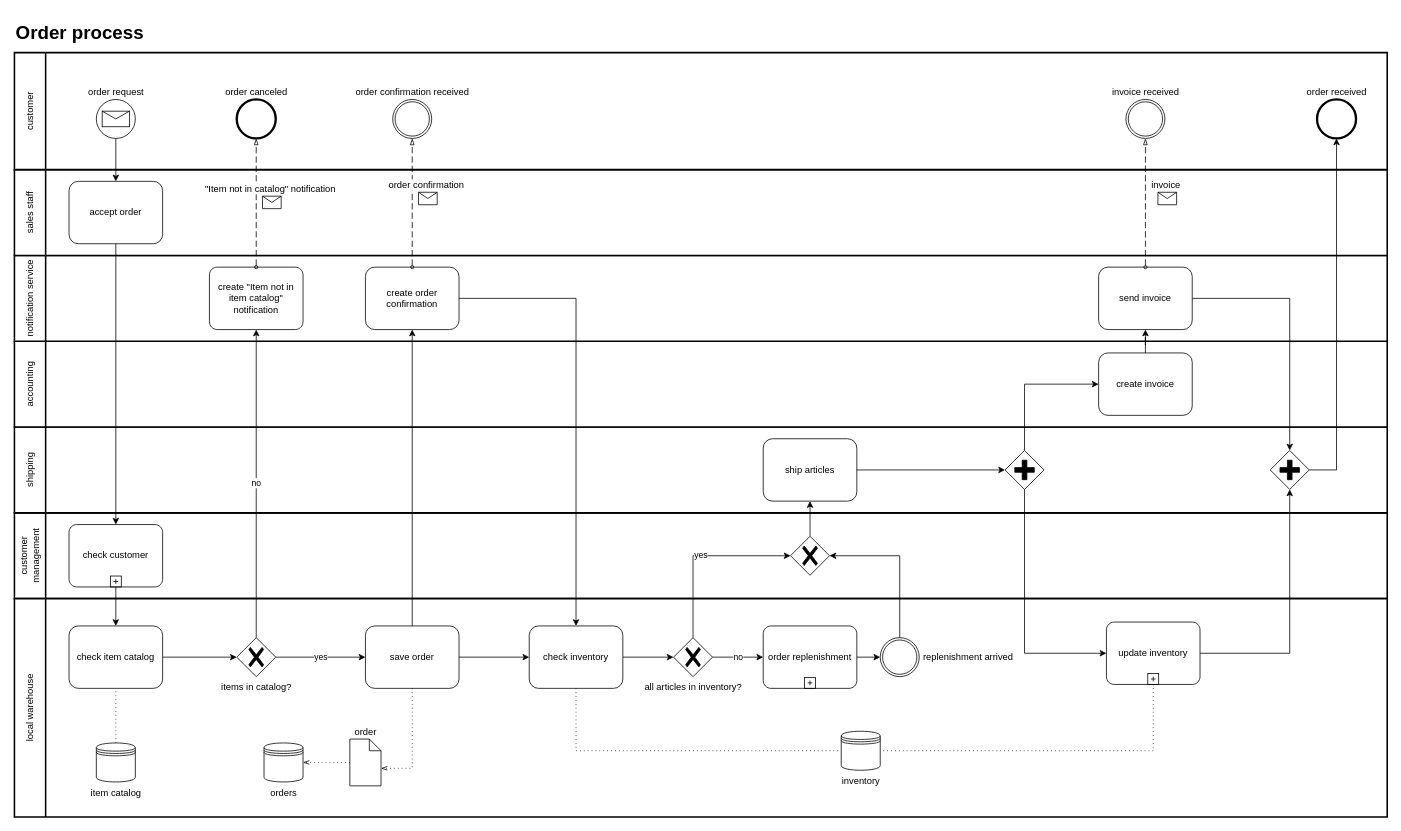
davidohnee/swda keeps this draw.io diagram as documentation/src/docs/asciidoc/diagrams/order_process_bpmn.drawio. Above is the earlier version. Source tidied: cells renumbered, new cells numbered last; positions are measured from the earlier drawing's top-left corner, leaving out a move shared by most shapes. Both pictures are drawn from the tidied source at 78%, with x=0, y=0 at pixel (14, 13).
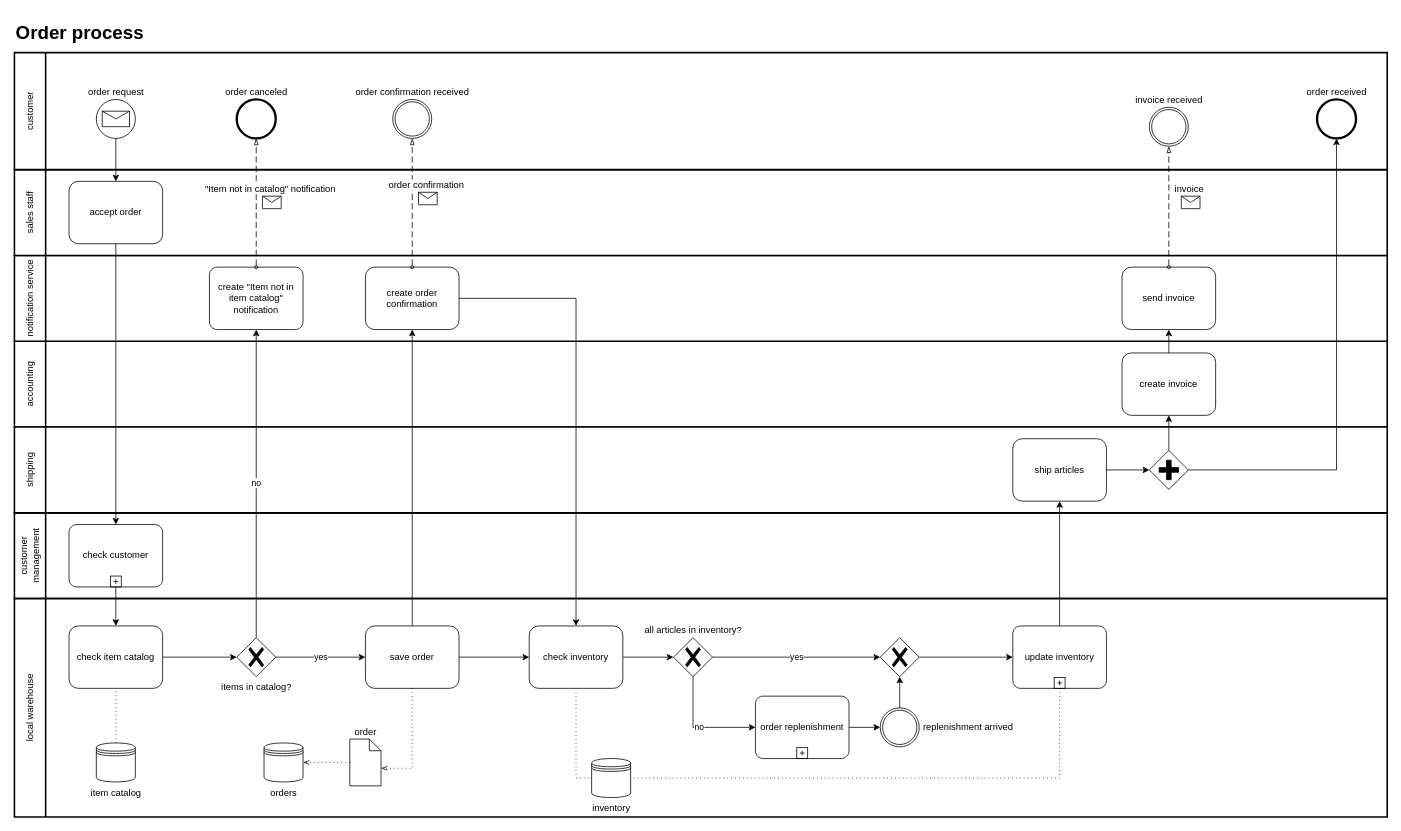
The same diagram, later.

Commit message (it also covers changes not shown here):
update bpmn order process

Unchanged cells that the change refers to:
```xml
<mxCell id="2" value="customer management" style="swimlane;html=1;startSize=40;fontStyle=0;horizontal=0;swimlaneLine=1;swimlaneFillColor=#ffffff;strokeWidth=2;whiteSpace=wrap;" parent="1" vertex="1">
  <mxGeometry y="640" width="1760" height="110" as="geometry" />
</mxCell>
<mxCell id="5" value="shipping" style="swimlane;html=1;startSize=40;fontStyle=0;horizontal=0;swimlaneLine=1;swimlaneFillColor=#ffffff;strokeWidth=2;whiteSpace=wrap;" parent="1" vertex="1">
  <mxGeometry y="530" width="1760" height="110" as="geometry" />
</mxCell>
<mxCell id="12" value="notification service" style="swimlane;html=1;startSize=40;fontStyle=0;horizontal=0;swimlaneLine=1;swimlaneFillColor=#ffffff;strokeWidth=2;whiteSpace=wrap;" parent="1" vertex="1">
  <mxGeometry y="310" width="1760" height="110" as="geometry" />
</mxCell>
<mxCell id="16" value="local warehouse" style="swimlane;html=1;startSize=40;fontStyle=0;horizontal=0;swimlaneLine=1;swimlaneFillColor=#ffffff;strokeWidth=2;whiteSpace=wrap;" parent="1" vertex="1">
  <mxGeometry y="750" width="1760" height="280" as="geometry" />
</mxCell>
<mxCell id="42" value="customer" style="swimlane;html=1;startSize=40;fontStyle=0;horizontal=0;swimlaneLine=1;swimlaneFillColor=#ffffff;strokeWidth=2;whiteSpace=wrap;" parent="1" vertex="1">
  <mxGeometry y="50" width="1760" height="150" as="geometry" />
</mxCell>
<mxCell id="46" value="order received" style="points=[[0.145,0.145,0],[0.5,0,0],[0.855,0.145,0],[1,0.5,0],[0.855,0.855,0],[0.5,1,0],[0.145,0.855,0],[0,0.5,0]];shape=mxgraph.bpmn.event;html=1;verticalLabelPosition=top;labelBackgroundColor=#ffffff;verticalAlign=bottom;align=center;perimeter=ellipsePerimeter;outlineConnect=0;outline=end;symbol=terminate2;labelPosition=center;" parent="42" vertex="1">
  <mxGeometry x="1670" y="60" width="50" height="50" as="geometry" />
</mxCell>
```

Diff of the diagram source:
```diff
@@
+    <mxCell id="10" value="accounting" style="swimlane;html=1;startSize=40;fontStyle=0;horizontal=0;swimlaneLine=1;swimlaneFillColor=#ffffff;strokeWidth=2;whiteSpace=wrap;" parent="1" vertex="1">
+      <mxGeometry y="420" width="1760" height="110" as="geometry" />
+    </mxCell>
+    <mxCell id="11" value="create invoice" style="html=1;whiteSpace=wrap;rounded=1;" parent="10" vertex="1">
+      <mxGeometry x="1420" y="15" width="120" height="80" as="geometry" />
+    </mxCell>
@@
-    <mxCell id="4" style="points=[[0.25,0.25,0],[0.5,0,0],[0.75,0.25,0],[1,0.5,0],[0.75,0.75,0],[0.5,1,0],[0.25,0.75,0],[0,0.5,0]];shape=mxgraph.bpmn.gateway2;html=1;verticalLabelPosition=top;labelBackgroundColor=#ffffff;verticalAlign=bottom;align=center;perimeter=rhombusPerimeter;outlineConnect=0;outline=none;symbol=none;gwType=exclusive;labelPosition=center;" parent="2" vertex="1">
-      <mxGeometry x="995" y="30" width="50" height="50" as="geometry" />
-    </mxCell>
@@
     <mxCell id="6" value="ship articles" style="html=1;whiteSpace=wrap;rounded=1;" parent="5" vertex="1">
-      <mxGeometry x="960" y="15" width="120" height="80" as="geometry" />
+      <mxGeometry x="1280" y="15" width="120" height="80" as="geometry" />
     </mxCell>
-    <mxCell id="7" style="points=[[0.25,0.25,0],[0.5,0,0],[0.75,0.25,0],[1,0.5,0],[0.75,0.75,0],[0.5,1,0],[0.25,0.75,0],[0,0.5,0]];shape=mxgraph.bpmn.gateway2;html=1;verticalLabelPosition=bottom;labelBackgroundColor=#ffffff;verticalAlign=top;align=center;perimeter=rhombusPerimeter;outlineConnect=0;outline=none;symbol=none;gwType=parallel;" parent="5" vertex="1">
-      <mxGeometry x="1270" y="30" width="50" height="50" as="geometry" />
-    </mxCell>
-    <mxCell id="8" style="edgeStyle=orthogonalEdgeStyle;rounded=0;jettySize=auto;html=1;entryX=0;entryY=0.5;entryDx=0;entryDy=0;entryPerimeter=0;" parent="5" edge="1" source="6" target="7">
-      <mxGeometry relative="1" as="geometry" />
-    </mxCell>
-    <mxCell id="9" style="points=[[0.25,0.25,0],[0.5,0,0],[0.75,0.25,0],[1,0.5,0],[0.75,0.75,0],[0.5,1,0],[0.25,0.75,0],[0,0.5,0]];shape=mxgraph.bpmn.gateway2;html=1;verticalLabelPosition=bottom;labelBackgroundColor=#ffffff;verticalAlign=top;align=center;perimeter=rhombusPerimeter;outlineConnect=0;outline=none;symbol=none;gwType=parallel;" parent="5" vertex="1">
-      <mxGeometry x="1610" y="30" width="50" height="50" as="geometry" />
-    </mxCell>
-    <mxCell id="10" value="accounting" style="swimlane;html=1;startSize=40;fontStyle=0;horizontal=0;swimlaneLine=1;swimlaneFillColor=#ffffff;strokeWidth=2;whiteSpace=wrap;" parent="1" vertex="1">
-      <mxGeometry y="420" width="1760" height="110" as="geometry" />
-    </mxCell>
-    <mxCell id="11" value="create invoice" style="html=1;whiteSpace=wrap;rounded=1;" parent="10" vertex="1">
-      <mxGeometry x="1390" y="15" width="120" height="80" as="geometry" />
-    </mxCell>
+    <mxCell id="70" style="points=[[0.25,0.25,0],[0.5,0,0],[0.75,0.25,0],[1,0.5,0],[0.75,0.75,0],[0.5,1,0],[0.25,0.75,0],[0,0.5,0]];shape=mxgraph.bpmn.gateway2;html=1;verticalLabelPosition=bottom;labelBackgroundColor=#ffffff;verticalAlign=top;align=center;perimeter=rhombusPerimeter;outlineConnect=0;outline=none;symbol=none;gwType=parallel;" parent="5" vertex="1">
+      <mxGeometry x="1455" y="30" width="50" height="50" as="geometry" />
+    </mxCell>
+    <mxCell id="71" style="edgeStyle=orthogonalEdgeStyle;rounded=0;jettySize=auto;html=1;exitX=1;exitY=0.5;exitDx=0;exitDy=0;entryX=0;entryY=0.5;entryDx=0;entryDy=0;entryPerimeter=0;" parent="5" edge="1" source="6" target="70">
+      <mxGeometry relative="1" as="geometry" />
+    </mxCell>
@@
     <mxCell id="15" value="send invoice" style="html=1;whiteSpace=wrap;rounded=1;" parent="12" vertex="1">
-      <mxGeometry x="1390" y="15" width="120" height="80" as="geometry" />
+      <mxGeometry x="1420" y="15" width="120" height="80" as="geometry" />
     </mxCell>
@@
+    <mxCell id="68" value="yes" style="edgeStyle=orthogonalEdgeStyle;rounded=0;jettySize=auto;html=1;exitX=1;exitY=0.5;exitDx=0;exitDy=0;exitPerimeter=0;" parent="16" edge="1" source="26" target="4">
+      <mxGeometry relative="1" as="geometry" />
+    </mxCell>
-    <mxCell id="26" value="all articles in inventory?" style="points=[[0.25,0.25,0],[0.5,0,0],[0.75,0.25,0],[1,0.5,0],[0.75,0.75,0],[0.5,1,0],[0.25,0.75,0],[0,0.5,0]];shape=mxgraph.bpmn.gateway2;html=1;verticalLabelPosition=bottom;labelBackgroundColor=#ffffff;verticalAlign=top;align=center;perimeter=rhombusPerimeter;outlineConnect=0;outline=none;symbol=none;gwType=exclusive;labelPosition=center;" parent="16" vertex="1">
+    <mxCell id="26" value="all articles in inventory?" style="points=[[0.25,0.25,0],[0.5,0,0],[0.75,0.25,0],[1,0.5,0],[0.75,0.75,0],[0.5,1,0],[0.25,0.75,0],[0,0.5,0]];shape=mxgraph.bpmn.gateway2;html=1;verticalLabelPosition=top;labelBackgroundColor=#ffffff;verticalAlign=bottom;align=center;perimeter=rhombusPerimeter;outlineConnect=0;outline=none;symbol=none;gwType=exclusive;labelPosition=center;" parent="16" vertex="1">
       <mxGeometry x="845" y="50" width="50" height="50" as="geometry" />
     </mxCell>
     <mxCell id="27" value="order replenishment" style="points=[[0.25,0,0],[0.5,0,0],[0.75,0,0],[1,0.25,0],[1,0.5,0],[1,0.75,0],[0.75,1,0],[0.5,1,0],[0.25,1,0],[0,0.75,0],[0,0.5,0],[0,0.25,0]];shape=mxgraph.bpmn.task;whiteSpace=wrap;rectStyle=rounded;size=10;html=1;taskMarker=abstract;isLoopSub=1;" parent="16" vertex="1">
-      <mxGeometry x="960" y="35" width="120" height="80" as="geometry" />
+      <mxGeometry x="950" y="125" width="120" height="80" as="geometry" />
     </mxCell>
-    <mxCell id="28" value="no" style="edgeStyle=orthogonalEdgeStyle;rounded=0;html=1;jettySize=auto;entryX=0;entryY=0.5;entryDx=0;entryDy=0;entryPerimeter=0;exitX=1;exitY=0.5;exitDx=0;exitDy=0;exitPerimeter=0;" parent="16" edge="1" source="26" target="27">
+    <mxCell id="28" value="no" style="edgeStyle=orthogonalEdgeStyle;rounded=0;html=1;jettySize=auto;entryX=0;entryY=0.5;entryDx=0;entryDy=0;entryPerimeter=0;exitX=0.5;exitY=1;exitDx=0;exitDy=0;exitPerimeter=0;" parent="16" edge="1" source="26" target="27">
       <mxGeometry relative="1" as="geometry" />
     </mxCell>
     <mxCell id="29" value="&amp;nbsp;replenishment arrived" style="points=[[0.145,0.145,0],[0.5,0,0],[0.855,0.145,0],[1,0.5,0],[0.855,0.855,0],[0.5,1,0],[0.145,0.855,0],[0,0.5,0]];shape=mxgraph.bpmn.event;html=1;verticalLabelPosition=middle;labelBackgroundColor=#ffffff;verticalAlign=middle;align=left;perimeter=ellipsePerimeter;outlineConnect=0;outline=throwing;symbol=general;labelPosition=right;" parent="16" vertex="1">
-      <mxGeometry x="1110" y="50" width="50" height="50" as="geometry" />
+      <mxGeometry x="1110" y="140" width="50" height="50" as="geometry" />
     </mxCell>
@@
     <mxCell id="31" value="update inventory" style="points=[[0.25,0,0],[0.5,0,0],[0.75,0,0],[1,0.25,0],[1,0.5,0],[1,0.75,0],[0.75,1,0],[0.5,1,0],[0.25,1,0],[0,0.75,0],[0,0.5,0],[0,0.25,0]];shape=mxgraph.bpmn.task;whiteSpace=wrap;rectStyle=rounded;size=10;html=1;taskMarker=abstract;isLoopSub=1;" parent="16" vertex="1">
-      <mxGeometry x="1400" y="30" width="120" height="80" as="geometry" />
+      <mxGeometry x="1280" y="35" width="120" height="80" as="geometry" />
     </mxCell>
@@
     <mxCell id="35" value="inventory" style="shape=datastore;html=1;labelPosition=center;verticalLabelPosition=bottom;align=center;verticalAlign=top;" parent="16" vertex="1">
-      <mxGeometry x="1060" y="170" width="50" height="50" as="geometry" />
+      <mxGeometry x="740" y="205" width="50" height="50" as="geometry" />
     </mxCell>
@@
     <mxCell id="37" style="edgeStyle=elbowEdgeStyle;fontSize=12;html=1;endFill=0;startFill=0;endSize=6;startSize=6;dashed=1;dashPattern=1 4;endArrow=none;startArrow=none;rounded=0;exitX=0.5;exitY=1;exitDx=0;exitDy=0;exitPerimeter=0;entryX=1;entryY=0.5;entryDx=0;entryDy=0;" parent="16" edge="1" source="31" target="35">
       <mxGeometry relative="1" as="geometry">
         <Array as="points">
+          <mxPoint x="1340" y="180" />
+          <mxPoint x="1320" y="240" />
           <mxPoint x="1460" y="160" />
         </Array>
       </mxGeometry>
     </mxCell>
@@
+    <mxCell id="4" style="points=[[0.25,0.25,0],[0.5,0,0],[0.75,0.25,0],[1,0.5,0],[0.75,0.75,0],[0.5,1,0],[0.25,0.75,0],[0,0.5,0]];shape=mxgraph.bpmn.gateway2;html=1;verticalLabelPosition=top;labelBackgroundColor=#ffffff;verticalAlign=bottom;align=center;perimeter=rhombusPerimeter;outlineConnect=0;outline=none;symbol=none;gwType=exclusive;labelPosition=center;" parent="16" vertex="1">
+      <mxGeometry x="1110" y="50" width="50" height="50" as="geometry" />
+    </mxCell>
+    <mxCell id="69" style="edgeStyle=orthogonalEdgeStyle;rounded=0;jettySize=auto;html=1;exitX=0.5;exitY=0;exitDx=0;exitDy=0;exitPerimeter=0;entryX=0.5;entryY=1;entryDx=0;entryDy=0;entryPerimeter=0;" parent="16" edge="1" source="29" target="4">
+      <mxGeometry relative="1" as="geometry" />
+    </mxCell>
+    <mxCell id="72" style="edgeStyle=orthogonalEdgeStyle;rounded=0;jettySize=auto;html=1;exitX=1;exitY=0.5;exitDx=0;exitDy=0;exitPerimeter=0;entryX=0;entryY=0.5;entryDx=0;entryDy=0;entryPerimeter=0;" parent="16" edge="1" source="4" target="31">
+      <mxGeometry relative="1" as="geometry" />
+    </mxCell>
@@
     <mxCell id="45" value="invoice received" style="points=[[0.145,0.145,0],[0.5,0,0],[0.855,0.145,0],[1,0.5,0],[0.855,0.855,0],[0.5,1,0],[0.145,0.855,0],[0,0.5,0]];shape=mxgraph.bpmn.event;html=1;verticalLabelPosition=top;labelBackgroundColor=#ffffff;verticalAlign=bottom;align=center;perimeter=ellipsePerimeter;outlineConnect=0;outline=throwing;symbol=general;labelPosition=center;" parent="42" vertex="1">
-      <mxGeometry x="1425" y="60" width="50" height="50" as="geometry" />
+      <mxGeometry x="1455" y="70" width="50" height="50" as="geometry" />
     </mxCell>
@@
-    <mxCell id="51" style="edgeStyle=orthogonalEdgeStyle;rounded=0;jettySize=auto;html=1;exitX=1;exitY=0.5;exitDx=0;exitDy=0;exitPerimeter=0;entryX=0.5;entryY=1;entryDx=0;entryDy=0;entryPerimeter=0;" parent="1" edge="1" source="9" target="46">
-      <mxGeometry relative="1" as="geometry" />
-    </mxCell>
@@
-    <mxCell id="57" style="edgeStyle=orthogonalEdgeStyle;rounded=0;jettySize=auto;html=1;exitX=0.5;exitY=0;exitDx=0;exitDy=0;exitPerimeter=0;entryX=0;entryY=0.5;entryDx=0;entryDy=0;" parent="1" edge="1" source="7" target="11">
-      <mxGeometry relative="1" as="geometry" />
-    </mxCell>
-    <mxCell id="58" style="edgeStyle=orthogonalEdgeStyle;rounded=0;jettySize=auto;html=1;" parent="1" edge="1" source="11" target="15">
-      <mxGeometry relative="1" as="geometry" />
-    </mxCell>
-    <mxCell id="59" style="edgeStyle=orthogonalEdgeStyle;rounded=0;jettySize=auto;html=1;exitX=0.5;exitY=0;exitDx=0;exitDy=0;exitPerimeter=0;" parent="1" edge="1" source="4" target="6">
-      <mxGeometry relative="1" as="geometry" />
-    </mxCell>
-    <mxCell id="60" style="edgeStyle=orthogonalEdgeStyle;rounded=0;jettySize=auto;html=1;exitX=0.5;exitY=1;exitDx=0;exitDy=0;exitPerimeter=0;entryX=0;entryY=0.5;entryDx=0;entryDy=0;entryPerimeter=0;" parent="1" edge="1" source="7" target="31">
-      <mxGeometry relative="1" as="geometry" />
-    </mxCell>
-    <mxCell id="61" style="edgeStyle=orthogonalEdgeStyle;rounded=0;jettySize=auto;html=1;exitX=1;exitY=0.5;exitDx=0;exitDy=0;exitPerimeter=0;entryX=0.5;entryY=1;entryDx=0;entryDy=0;entryPerimeter=0;" parent="1" edge="1" source="31" target="9">
-      <mxGeometry relative="1" as="geometry" />
-    </mxCell>
-    <mxCell id="62" style="edgeStyle=orthogonalEdgeStyle;rounded=0;jettySize=auto;html=1;exitX=1;exitY=0.5;exitDx=0;exitDy=0;entryX=0.5;entryY=0;entryDx=0;entryDy=0;entryPerimeter=0;" parent="1" edge="1" source="15" target="9">
-      <mxGeometry relative="1" as="geometry" />
-    </mxCell>
@@
-    <mxCell id="68" value="yes" style="edgeStyle=orthogonalEdgeStyle;rounded=0;html=1;jettySize=auto;exitX=0.5;exitY=0;exitDx=0;exitDy=0;exitPerimeter=0;entryX=0;entryY=0.5;entryDx=0;entryDy=0;entryPerimeter=0;" parent="1" edge="1" source="26" target="4">
-      <mxGeometry relative="1" as="geometry" />
-    </mxCell>
-    <mxCell id="69" style="edgeStyle=orthogonalEdgeStyle;rounded=0;jettySize=auto;html=1;exitX=0.5;exitY=0;exitDx=0;exitDy=0;exitPerimeter=0;entryX=1;entryY=0.5;entryDx=0;entryDy=0;entryPerimeter=0;" parent="1" edge="1" source="29" target="4">
-      <mxGeometry relative="1" as="geometry" />
-    </mxCell>
+    <mxCell id="73" style="edgeStyle=orthogonalEdgeStyle;rounded=0;jettySize=auto;html=1;exitX=0.5;exitY=0;exitDx=0;exitDy=0;exitPerimeter=0;entryX=0.5;entryY=1;entryDx=0;entryDy=0;" parent="1" edge="1" source="31" target="6">
+      <mxGeometry relative="1" as="geometry" />
+    </mxCell>
+    <mxCell id="74" style="edgeStyle=orthogonalEdgeStyle;rounded=0;jettySize=auto;html=1;exitX=0.5;exitY=0;exitDx=0;exitDy=0;exitPerimeter=0;entryX=0.5;entryY=1;entryDx=0;entryDy=0;" parent="1" edge="1" source="70" target="11">
+      <mxGeometry relative="1" as="geometry" />
+    </mxCell>
+    <mxCell id="58" style="edgeStyle=orthogonalEdgeStyle;rounded=0;jettySize=auto;html=1;exitX=0.5;exitY=0;exitDx=0;exitDy=0;entryX=0.5;entryY=1;entryDx=0;entryDy=0;" parent="1" edge="1" source="11" target="15">
+      <mxGeometry relative="1" as="geometry" />
+    </mxCell>
+    <mxCell id="75" style="edgeStyle=orthogonalEdgeStyle;rounded=0;jettySize=auto;html=1;exitX=1;exitY=0.5;exitDx=0;exitDy=0;exitPerimeter=0;entryX=0.5;entryY=1;entryDx=0;entryDy=0;entryPerimeter=0;" parent="1" edge="1" source="70" target="46">
+      <mxGeometry relative="1" as="geometry" />
+    </mxCell>
```
